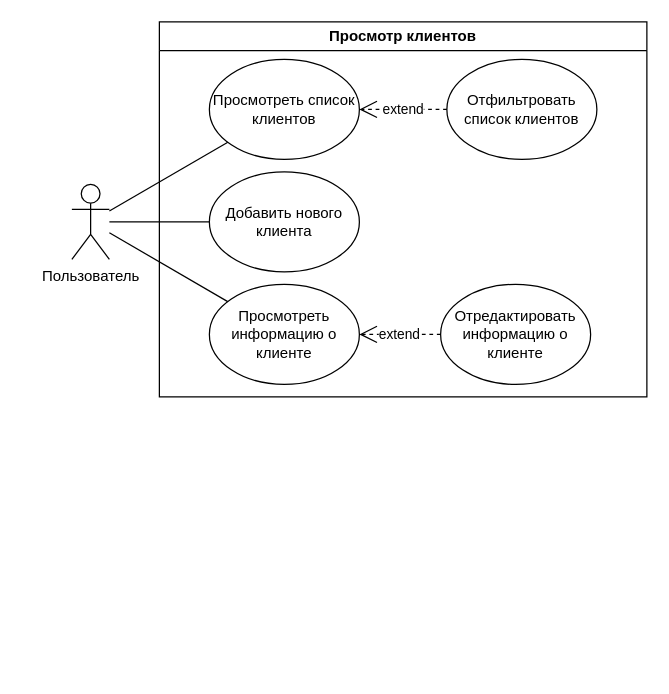
The draw.io diagram page "просмотр клиентов" (6 of 13) of диплом/итоговый Жени/Untitled Diagram.drawio in ipaingo/study, before the edit. Source tidied: cells renumbered, new cells numbered last; positions are measured from the earlier drawing's top-left corner, leaving out a move shared by most shapes. Both pictures are drawn from the tidied source at 125%, with x=0, y=0 at pixel (71, 21).
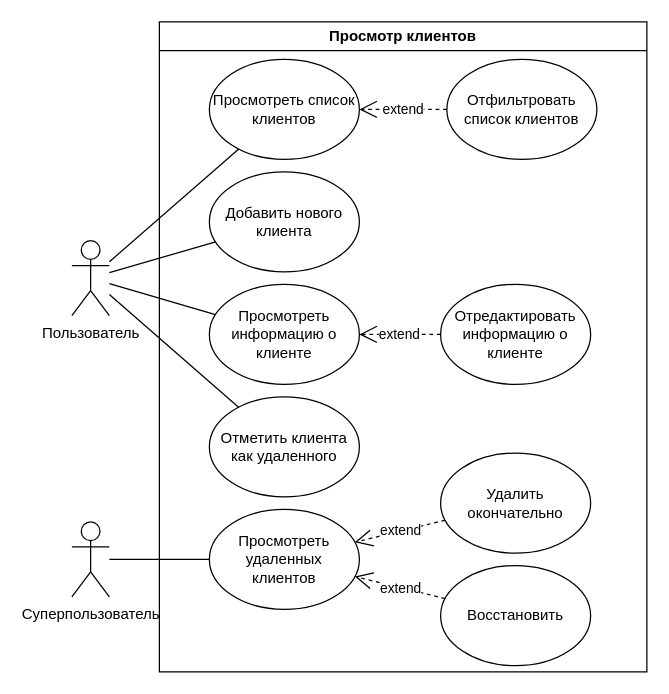
The same diagram, later.

Unchanged cells that the change refers to:
```xml
<mxCell id="3" value="Просмотреть список клиентов" style="ellipse;whiteSpace=wrap;html=1;" parent="2" vertex="1">
  <mxGeometry x="40" y="30" width="120" height="80" as="geometry" />
</mxCell>
<mxCell id="5" value="Добавить нового&lt;br&gt;клиента" style="ellipse;whiteSpace=wrap;html=1;" parent="2" vertex="1">
  <mxGeometry x="40" y="120" width="120" height="80" as="geometry" />
</mxCell>
<mxCell id="6" value="Просмотреть&lt;br&gt;информацию о клиенте" style="ellipse;whiteSpace=wrap;html=1;" parent="2" vertex="1">
  <mxGeometry x="40" y="210" width="120" height="80" as="geometry" />
</mxCell>
```

Change to the diagram source:
```diff
@@
     <mxCell id="2" value="Просмотр клиентов" style="swimlane;whiteSpace=wrap;html=1;startSize=23;" parent="1" vertex="1">
-      <mxGeometry x="70" width="390" height="300" as="geometry" />
+      <mxGeometry x="70" width="390" height="520" as="geometry" />
     </mxCell>
@@
+    <mxCell id="14" value="Удалить окончательно" style="ellipse;whiteSpace=wrap;html=1;" parent="2" vertex="1">
+      <mxGeometry x="225" y="345" width="120" height="80" as="geometry" />
+    </mxCell>
+    <mxCell id="15" value="Восстановить" style="ellipse;whiteSpace=wrap;html=1;" parent="2" vertex="1">
+      <mxGeometry x="225" y="435" width="120" height="80" as="geometry" />
+    </mxCell>
+    <mxCell id="16" value="Отметить клиента&lt;div&gt;как удаленного&lt;/div&gt;" style="ellipse;whiteSpace=wrap;html=1;" parent="1" vertex="1">
+      <mxGeometry x="110" y="300" width="120" height="80" as="geometry" />
+    </mxCell>
+    <mxCell id="17" value="Просмотреть удаленных&lt;br&gt;клиентов" style="ellipse;whiteSpace=wrap;html=1;" parent="1" vertex="1">
+      <mxGeometry x="110" y="390" width="120" height="80" as="geometry" />
+    </mxCell>
+    <mxCell id="18" value="Суперпользователь" style="shape=umlActor;verticalLabelPosition=bottom;verticalAlign=top;html=1;outlineConnect=0;" parent="1" vertex="1">
+      <mxGeometry y="400" width="30" height="60" as="geometry" />
+    </mxCell>
+    <mxCell id="19" style="rounded=0;jettySize=auto;html=1;endArrow=none;startFill=0;" parent="1" edge="1" source="16" target="11">
+      <mxGeometry relative="1" as="geometry" />
+    </mxCell>
+    <mxCell id="20" style="rounded=0;jettySize=auto;html=1;endArrow=none;startFill=0;" parent="1" edge="1" source="17" target="18">
+      <mxGeometry relative="1" as="geometry" />
+    </mxCell>
+    <mxCell id="11" value="Пользователь" style="shape=umlActor;verticalLabelPosition=bottom;verticalAlign=top;html=1;outlineConnect=0;" parent="1" vertex="1">
+      <mxGeometry y="175" width="30" height="60" as="geometry" />
+    </mxCell>
-    <mxCell id="10" style="rounded=0;jettySize=auto;html=1;endArrow=none;startFill=0;" parent="2" edge="1" source="11" target="5">
+    <mxCell id="10" style="rounded=0;jettySize=auto;html=1;endArrow=none;startFill=0;" parent="1" edge="1" source="11" target="5">
       <mxGeometry relative="1" as="geometry" />
     </mxCell>
-    <mxCell id="11" value="Пользователь" style="shape=umlActor;verticalLabelPosition=bottom;verticalAlign=top;html=1;outlineConnect=0;" parent="2" vertex="1">
-      <mxGeometry x="-70" y="130" width="30" height="60" as="geometry" />
-    </mxCell>
-    <mxCell id="12" style="rounded=0;jettySize=auto;html=1;endArrow=none;startFill=0;" parent="2" edge="1" source="11" target="3">
+    <mxCell id="12" style="rounded=0;jettySize=auto;html=1;endArrow=none;startFill=0;" parent="1" edge="1" source="11" target="3">
       <mxGeometry relative="1" as="geometry" />
     </mxCell>
-    <mxCell id="13" style="rounded=0;jettySize=auto;html=1;endArrow=none;startFill=0;" parent="2" edge="1" source="6" target="11">
+    <mxCell id="13" style="rounded=0;jettySize=auto;html=1;endArrow=none;startFill=0;" parent="1" edge="1" source="6" target="11">
       <mxGeometry relative="1" as="geometry" />
     </mxCell>
+    <mxCell id="21" value="extend" style="endArrow=open;endSize=12;dashed=1;html=1;rounded=0;" parent="1" edge="1" source="14" target="17">
+      <mxGeometry relative="1" as="geometry" />
+    </mxCell>
+    <mxCell id="22" value="extend" style="endArrow=open;endSize=12;dashed=1;html=1;rounded=0;" parent="1" edge="1" source="15" target="17">
+      <mxGeometry x="-0.01" relative="1" as="geometry" />
+    </mxCell>
```
